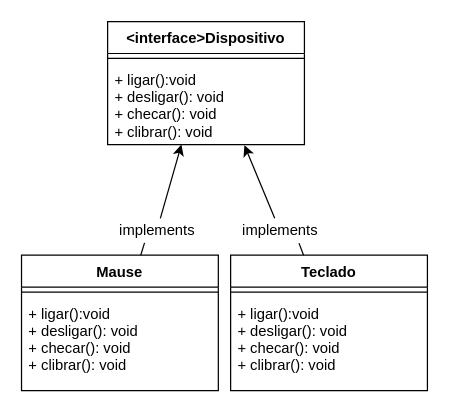
Earlier version of the draw.io diagram POO/Lista 2/Ex5/Ex5A_UML.drawio (HeitorPupim/usp-2022.1). Source tidied: cells renumbered, new cells numbered last; positions are measured from the earlier drawing's top-left corner, leaving out a move shared by most shapes. Both pictures are drawn from the tidied source at 123%, with x=0, y=0 at pixel (21, 21).
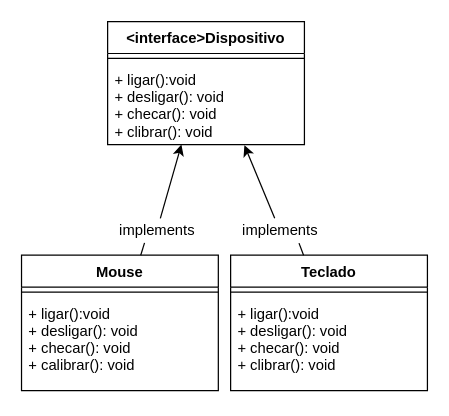
The same page after the edit.

Change to the diagram source:
```diff
@@
 <mxGraphModel>
   <root>
     <mxCell id="0" />
     <mxCell id="1" parent="0" />
     <mxCell id="2" value="&lt;interface&gt;Dispositivo" style="swimlane;fontStyle=1;align=center;verticalAlign=top;horizontal=1;startSize=26;" parent="1" vertex="1">
       <mxGeometry x="70" width="160" height="100" as="geometry" />
     </mxCell>
     <mxCell id="3" style="line;strokeWidth=1;fillColor=none;align=left;verticalAlign=middle;spacingTop=-1;spacingLeft=3;spacingRight=3;labelPosition=right;" parent="2" vertex="1">
       <mxGeometry y="26" width="160" height="8" as="geometry" />
     </mxCell>
     <mxCell id="4" value="+ ligar():void&#10;+ desligar(): void&#10;+ checar(): void&#10;+ clibrar(): void" style="text;strokeColor=none;fillColor=none;align=left;verticalAlign=top;spacingLeft=4;spacingRight=4;overflow=hidden;points=[[0,0.5],[1,0.5]];portConstraint=eastwest;" parent="2" vertex="1">
       <mxGeometry y="34" width="160" height="66" as="geometry" />
     </mxCell>
     <mxCell id="5" style="edgeStyle=none;html=1;entryX=0.375;entryY=1;entryDx=0;entryDy=0;entryPerimeter=0;startArrow=none;" parent="1" edge="1" source="13" target="4">
       <mxGeometry relative="1" as="geometry" />
     </mxCell>
-    <mxCell id="6" value="Mause" style="swimlane;fontStyle=1;align=center;verticalAlign=top;horizontal=1;startSize=26;" parent="1" vertex="1">
+    <mxCell id="6" value="Mouse" style="swimlane;fontStyle=1;align=center;verticalAlign=top;horizontal=1;startSize=26;" parent="1" vertex="1">
       <mxGeometry y="190" width="160" height="110" as="geometry" />
     </mxCell>
     <mxCell id="7" style="line;strokeWidth=1;fillColor=none;align=left;verticalAlign=middle;spacingTop=-1;spacingLeft=3;spacingRight=3;labelPosition=right;" parent="6" vertex="1">
       <mxGeometry y="26" width="160" height="8" as="geometry" />
     </mxCell>
-    <mxCell id="8" value="+ ligar():void&#10;+ desligar(): void&#10;+ checar(): void&#10;+ clibrar(): void" style="text;strokeColor=none;fillColor=none;align=left;verticalAlign=top;spacingLeft=4;spacingRight=4;overflow=hidden;" parent="6" vertex="1">
+    <mxCell id="8" value="+ ligar():void&#10;+ desligar(): void&#10;+ checar(): void&#10;+ calibrar(): void" style="text;strokeColor=none;fillColor=none;align=left;verticalAlign=top;spacingLeft=4;spacingRight=4;overflow=hidden;" parent="6" vertex="1">
       <mxGeometry y="34" width="160" height="76" as="geometry" />
     </mxCell>
     <mxCell id="9" style="edgeStyle=none;html=1;entryX=0.695;entryY=1.009;entryDx=0;entryDy=0;entryPerimeter=0;startArrow=none;" parent="1" edge="1" source="15" target="4">
       <mxGeometry relative="1" as="geometry" />
     </mxCell>
     <mxCell id="10" value="Teclado" style="swimlane;fontStyle=1;align=center;verticalAlign=top;horizontal=1;startSize=26;" parent="1" vertex="1">
       <mxGeometry x="170" y="190" width="160" height="110" as="geometry" />
     </mxCell>
     <mxCell id="11" style="line;strokeWidth=1;fillColor=none;align=left;verticalAlign=middle;spacingTop=-1;spacingLeft=3;spacingRight=3;labelPosition=right;" parent="10" vertex="1">
       <mxGeometry y="26" width="160" height="8" as="geometry" />
     </mxCell>
     <mxCell id="12" value="+ ligar():void&#10;+ desligar(): void&#10;+ checar(): void&#10;+ clibrar(): void" style="text;strokeColor=none;fillColor=none;align=left;verticalAlign=top;spacingLeft=4;spacingRight=4;overflow=hidden;" parent="10" vertex="1">
       <mxGeometry y="34" width="160" height="76" as="geometry" />
     </mxCell>
     <mxCell id="13" value="implements" style="text;html=1;align=center;verticalAlign=middle;points=[];strokeColor=none;fillColor=none;" parent="1" vertex="1">
       <mxGeometry x="70" y="160" width="80" height="20" as="geometry" />
     </mxCell>
     <mxCell id="14" style="edgeStyle=none;html=1;entryX=0.375;entryY=1;entryDx=0;entryDy=0;entryPerimeter=0;endArrow=none;" parent="1" edge="1" source="6" target="13">
       <mxGeometry relative="1" as="geometry" />
     </mxCell>
     <mxCell id="15" value="implements" style="text;html=1;align=center;verticalAlign=middle;points=[];strokeColor=none;fillColor=none;" parent="1" vertex="1">
       <mxGeometry x="170" y="160" width="80" height="20" as="geometry" />
     </mxCell>
     <mxCell id="16" style="edgeStyle=none;html=1;entryX=0.695;entryY=1.009;entryDx=0;entryDy=0;entryPerimeter=0;endArrow=none;" parent="1" edge="1" source="10" target="15">
       <mxGeometry relative="1" as="geometry" />
     </mxCell>
   </root>
 </mxGraphModel>
```
